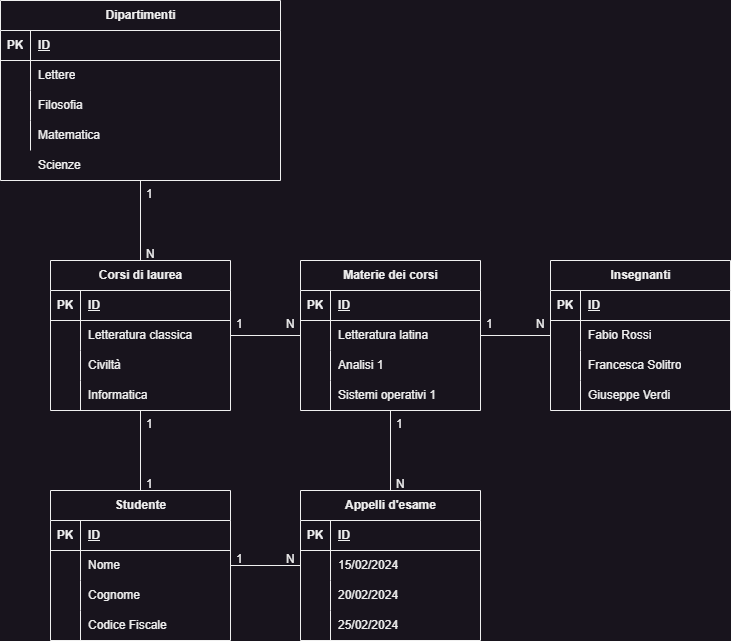
Above: db-university.drawio.png in davidedev04/db-university (draw.io), before the change. Source tidied: cells renumbered, new cells last; positions are measured from the earlier drawing's top-left corner, leaving out a move shared by most shapes.
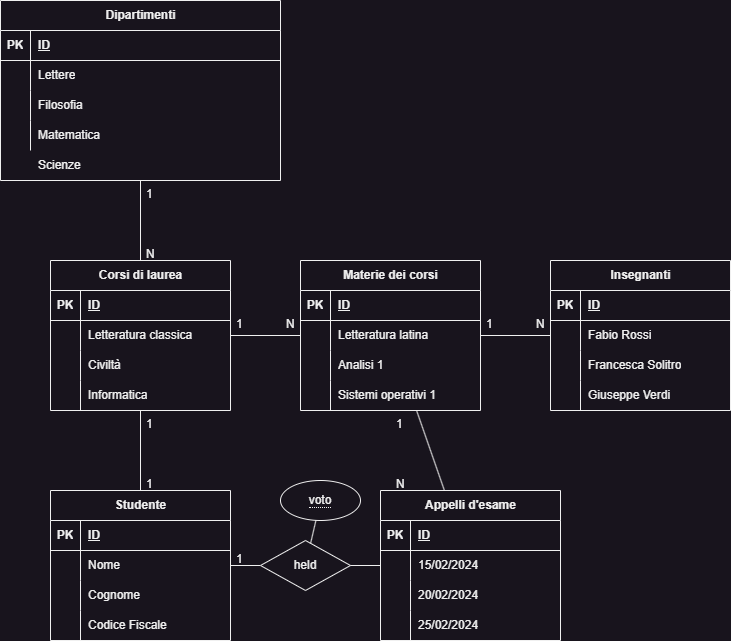
The same file after the commit.

Commit message:
piccola correzione

Diff of the diagram source:
```diff
@@ -168,7 +168,7 @@
       <mxGeometry relative="1" as="geometry" />
     </mxCell>
     <mxCell id="57" value="Appelli d'esame" style="shape=table;startSize=30;rowLines=0;fontStyle=1;align=center;html=1;" parent="1" vertex="1">
-      <mxGeometry x="300" y="490" width="180" height="150" as="geometry" />
+      <mxGeometry x="380" y="490" width="180" height="150" as="geometry" />
     </mxCell>
     <mxCell id="58" style="shape=tableRow;horizontal=0;startSize=0;swimlaneHead=0;swimlaneBody=0;fillColor=none;top=0;left=0;right=0;bottom=1;" parent="57" vertex="1">
       <mxGeometry y="30" width="180" height="30" as="geometry" />
@@ -260,7 +260,7 @@
     <mxCell id="87" style="endArrow=none;html=1;rounded=0;" parent="1" edge="1" source="74" target="15">
       <mxGeometry relative="1" as="geometry" />
     </mxCell>
-    <mxCell id="88" style="endArrow=none;html=1;rounded=0;" parent="1" edge="1" source="74" target="57">
+    <mxCell id="88" style="endArrow=none;html=1;rounded=0;" parent="1" edge="1" source="74" target="101">
       <mxGeometry relative="1" as="geometry" />
     </mxCell>
     <mxCell id="89" value="1" style="text;strokeColor=none;fillColor=none;spacingLeft=4;spacingRight=4;overflow=hidden;fontSize=12;whiteSpace=wrap;html=1;" parent="1" vertex="1">
@@ -299,5 +299,17 @@
     <mxCell id="100" value="N" style="text;strokeColor=none;fillColor=none;spacingLeft=4;spacingRight=4;overflow=hidden;fontSize=12;whiteSpace=wrap;html=1;" parent="1" vertex="1">
       <mxGeometry x="280" y="545" width="20" height="20" as="geometry" />
     </mxCell>
+    <mxCell id="101" value="held" style="shape=rhombus;perimeter=rhombusPerimeter;whiteSpace=wrap;html=1;align=center;" parent="1" vertex="1">
+      <mxGeometry x="260" y="540" width="90" height="50" as="geometry" />
+    </mxCell>
+    <mxCell id="102" style="endArrow=none;html=1;rounded=0;" parent="1" edge="1" source="101" target="57">
+      <mxGeometry relative="1" as="geometry" />
+    </mxCell>
+    <mxCell id="103" value="&lt;span style=&quot;border-bottom: 1px dotted&quot;&gt;voto&lt;/span&gt;" style="ellipse;whiteSpace=wrap;html=1;align=center;" parent="1" vertex="1">
+      <mxGeometry x="280" y="480" width="80" height="40" as="geometry" />
+    </mxCell>
+    <mxCell id="104" style="endArrow=none;html=1;rounded=0;" parent="1" edge="1" source="101" target="103">
+      <mxGeometry relative="1" as="geometry" />
+    </mxCell>
   </root>
 </mxGraphModel>
```
